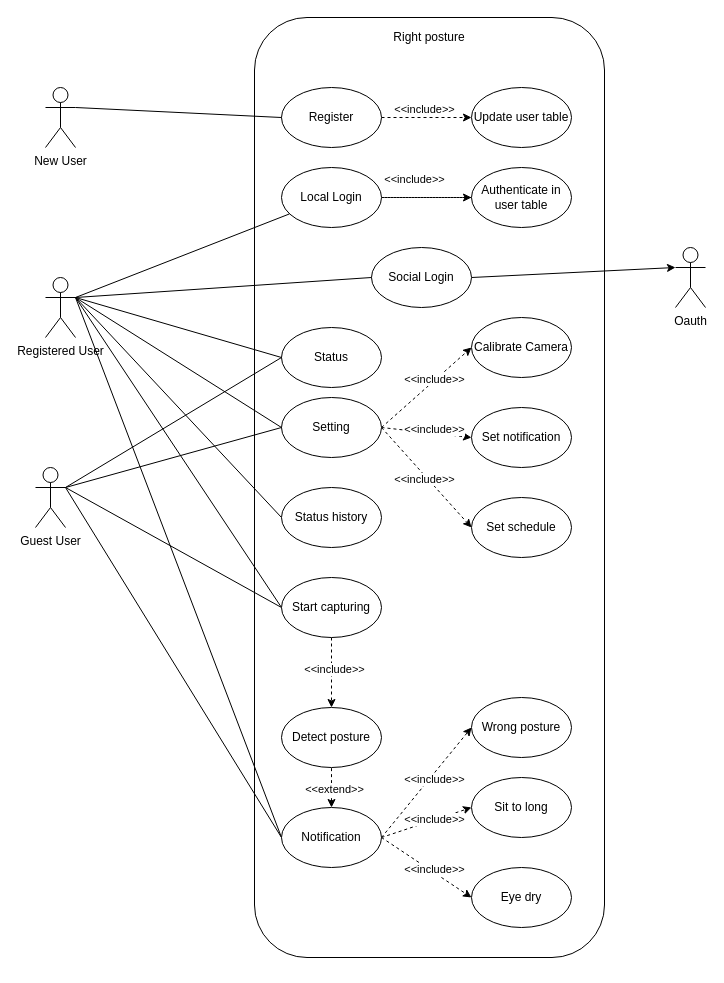
astrrr/Right-posture keeps this draw.io diagram as Usecase.drawio. Above is the earlier version. Source tidied: cells renumbered, new cells numbered last; positions are measured from the earlier drawing's top-left corner, leaving out a move shared by most shapes. Both pictures are drawn from the tidied source at 100%, with x=0, y=0 at pixel (35, 17).
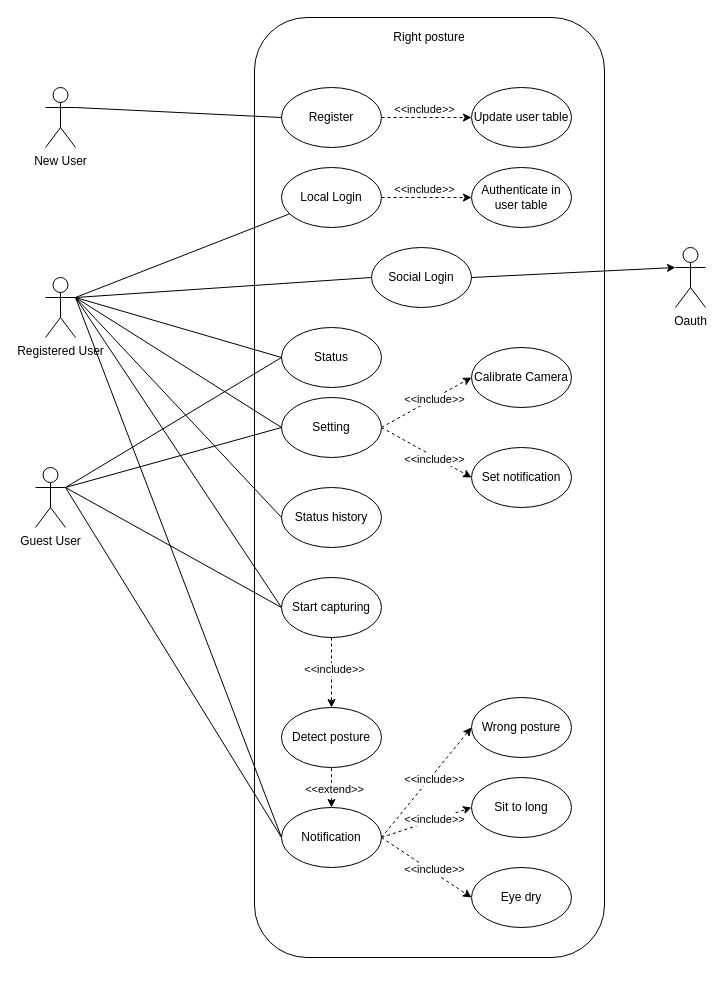
After the change.

The change refers to these unchanged cells:
```xml
<mxCell id="8" value="Local Login" style="ellipse;whiteSpace=wrap;html=1;" parent="1" vertex="1">
  <mxGeometry x="246" y="150" width="100" height="60" as="geometry" />
</mxCell>
<mxCell id="15" value="Setting" style="ellipse;whiteSpace=wrap;html=1;" parent="1" vertex="1">
  <mxGeometry x="246" y="380" width="100" height="60" as="geometry" />
</mxCell>
<mxCell id="52" value="Authenticate in user table" style="ellipse;whiteSpace=wrap;html=1;" parent="1" vertex="1">
  <mxGeometry x="436" y="150" width="100" height="60" as="geometry" />
</mxCell>
```

What changed in the source:
```diff
@@
-    <mxCell id="14" style="edgeStyle=none;rounded=0;jettySize=auto;html=1;exitX=1;exitY=0.5;exitDx=0;exitDy=0;entryX=0;entryY=0.5;entryDx=0;entryDy=0;dashed=1;endArrow=classic;endFill=1;" parent="1" edge="1" source="15" target="46">
-      <mxGeometry relative="1" as="geometry" />
-    </mxCell>
@@
     <mxCell id="44" value="Calibrate Camera" style="ellipse;whiteSpace=wrap;html=1;" parent="1" vertex="1">
-      <mxGeometry x="436" y="300" width="100" height="60" as="geometry" />
+      <mxGeometry x="436" y="330" width="100" height="60" as="geometry" />
     </mxCell>
     <mxCell id="45" value="Set notification" style="ellipse;whiteSpace=wrap;html=1;" parent="1" vertex="1">
-      <mxGeometry x="436" y="390" width="100" height="60" as="geometry" />
+      <mxGeometry x="436" y="430" width="100" height="60" as="geometry" />
     </mxCell>
-    <mxCell id="46" value="Set&amp;nbsp;schedule" style="ellipse;whiteSpace=wrap;html=1;" parent="1" vertex="1">
-      <mxGeometry x="436" y="480" width="100" height="60" as="geometry" />
-    </mxCell>
     <mxCell id="47" value="&amp;lt;&amp;lt;include&amp;gt;&amp;gt;" style="edgeLabel;html=1;align=center;verticalAlign=middle;" parent="1" vertex="1">
-      <mxGeometry x="516" y="320" as="geometry">
+      <mxGeometry x="516" y="340" as="geometry">
         <mxPoint x="-118" y="41" as="offset" />
       </mxGeometry>
     </mxCell>
     <mxCell id="48" value="&amp;lt;&amp;lt;include&amp;gt;&amp;gt;" style="edgeLabel;html=1;align=center;verticalAlign=middle;" parent="1" vertex="1">
-      <mxGeometry x="516" y="370" as="geometry">
+      <mxGeometry x="516" y="400" as="geometry">
         <mxPoint x="-118" y="41" as="offset" />
       </mxGeometry>
     </mxCell>
-    <mxCell id="49" value="&amp;lt;&amp;lt;include&amp;gt;&amp;gt;" style="edgeLabel;html=1;align=center;verticalAlign=middle;" parent="1" vertex="1">
-      <mxGeometry x="506" y="420" as="geometry">
-        <mxPoint x="-118" y="41" as="offset" />
-      </mxGeometry>
-    </mxCell>
@@
-    <mxCell id="51" style="edgeStyle=none;rounded=0;jettySize=auto;html=1;dashed=1;endArrow=none;endFill=0;" parent="1" edge="1" source="52" target="8">
-      <mxGeometry relative="1" as="geometry" />
-    </mxCell>
@@
     <mxCell id="54" value="&amp;lt;&amp;lt;include&amp;gt;&amp;gt;" style="edgeLabel;html=1;align=center;verticalAlign=middle;" parent="1" vertex="1">
-      <mxGeometry x="496" y="120" as="geometry">
+      <mxGeometry x="506" y="130" as="geometry">
         <mxPoint x="-118" y="41" as="offset" />
       </mxGeometry>
     </mxCell>
```
